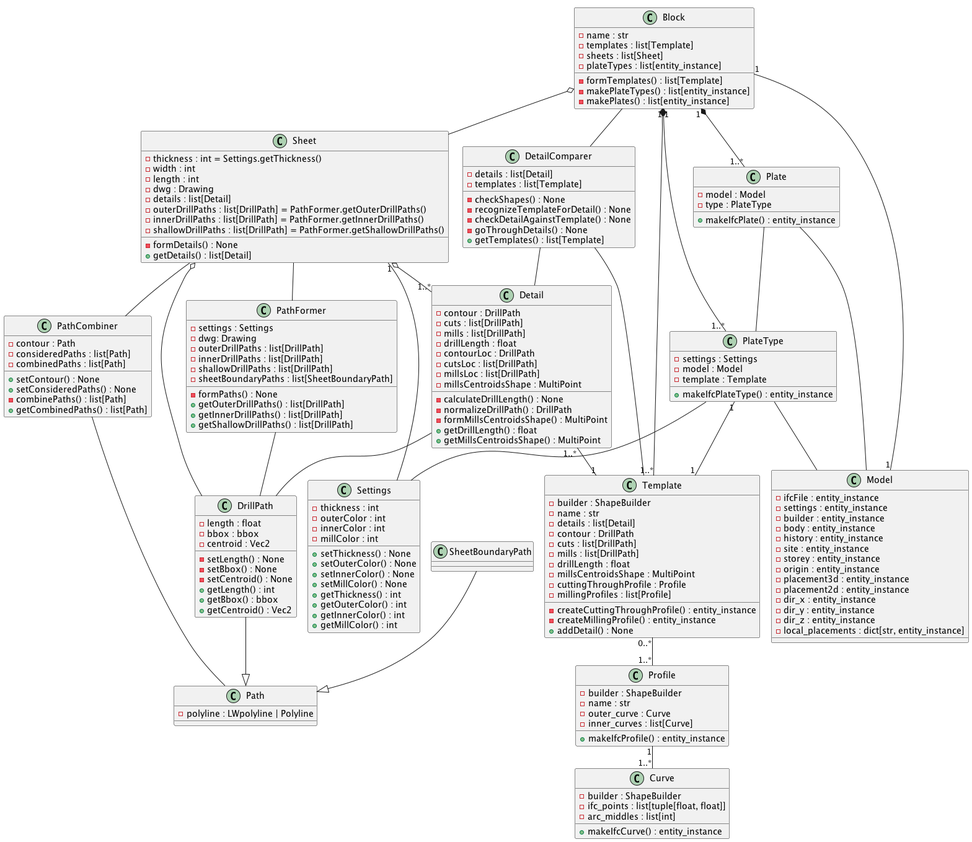
VDobranov/DXF2IFC2D keeps this PlantUML diagram as schemes/Classes/Classes.png. Above is the earlier version. Source of this version:
```plantuml
@startuml "Classes"
!pragma layout smetana


class Settings {
    -thickness : int
    -outerColor : int
    -innerColor : int
    -millColor : int
    +setThickness() : None
    +setOuterColor() : None
    +setInnerColor() : None
    +setMillColor() : None
    +getThickness() : int
    +getOuterColor() : int
    +getInnerColor() : int
    +getMillColor() : int
}

class Model {
    -ifcFile : entity_instance
    -settings : entity_instance
    -builder : entity_instance
    -body : entity_instance
    -history : entity_instance
    -site : entity_instance
    -storey : entity_instance
    -origin : entity_instance
    -placement3d : entity_instance
    -placement2d : entity_instance
    -dir_x : entity_instance
    -dir_y : entity_instance
    -dir_z : entity_instance
    -local_placements : dict[str, entity_instance]
}

class Block {
    -name : str
    -templates : list[Template]
    -sheets : list[Sheet]
    -plateTypes : list[entity_instance]
    -formTemplates() : list[Template]
    -makePlateTypes() : list[entity_instance]
    -makePlates() : list[entity_instance]
}
class Sheet {
    {field}-thickness : int = Settings.getThickness()
    -width : int
    -length : int
    -dwg : Drawing
    -details : list[Detail]
    {field}-outerDrillPaths : list[DrillPath] = PathFormer.getOuterDrillPaths()
    {field}-innerDrillPaths : list[DrillPath] = PathFormer.getInnerDrillPaths()
    {field}-shallowDrillPaths : list[DrillPath] = PathFormer.getShallowDrillPaths()
    -formDetails() : None
    +getDetails() : list[Detail]
}
class Detail {
    -contour : DrillPath
    -cuts : list[DrillPath]
    -mills : list[DrillPath]
    -drillLength : float
    -contourLoc : DrillPath
    -cutsLoc : list[DrillPath]
    -millsLoc : list[DrillPath]
    -millsCentroidsShape : MultiPoint
    -calculateDrillLength() : None
    -normalizeDrillPath() : DrillPath
    -formMillsCentroidsShape() : MultiPoint
    +getDrillLength() : float
    +getMillsCentroidsShape() : MultiPoint
}
class Template {
    -builder : ShapeBuilder
    -name : str
    -details : list[Detail]
    -contour : DrillPath
    -cuts : list[DrillPath]
    -mills : list[DrillPath]
    -drillLength : float
    -millsCentroidsShape : MultiPoint
    -cuttingThroughProfile : Profile
    -millingProfiles : list[Profile]
    -createCuttingThroughProfile() : entity_instance
    -createMillingProfile() : entity_instance
    +addDetail() : None
}
class Path {
    -polyline : LWpolyline | Polyline
}
class DrillPath {
    -length : float
    -bbox : bbox
    -centroid : Vec2
    -setLength() : None
    -setBbox() : None
    -setCentroid() : None
    +getLength() : int
    +getBbox() : bbox
    +getCentroid() : Vec2
}

class SheetBoundaryPath

class PathFormer {
    -settings : Settings
    -dwg: Drawing
    -outerDrillPaths : list[DrillPath]
    -innerDrillPaths : list[DrillPath]
    -shallowDrillPaths : list[DrillPath]
    -sheetBoundaryPaths : list[SheetBoundaryPath]
    -formPaths() : None
    +getOuterDrillPaths() : list[DrillPath]
    +getInnerDrillPaths() : list[DrillPath]
    +getShallowDrillPaths() : list[DrillPath]
}
class PathCombiner {
    -contour : Path
    -consideredPaths : list[Path]
    -combinedPaths : list[Path]
    +setContour() : None
    +setConsideredPaths() : None
    -combinePaths() : list[Path]
    +getCombinedPaths() : list[Path]
}

class DetailComparer {
    -details : list[Detail]
    -templates : list[Template]
    -checkShapes() : None
    -recognizeTemplateForDetail() : None
    -checkDetailAgainstTemplate() : None
    -goThroughDetails() : None
    +getTemplates() : list[Template]
}

class Profile {
    -builder : ShapeBuilder
    -name : str
    -outer_curve : Curve
    -inner_curves : list[Curve]
    +makeIfcProfile() : entity_instance
}

class Curve {
    -builder : ShapeBuilder
    -ifc_points : list[tuple[float, float]]
    -arc_middles : list[int]
    +makeIfcCurve() : entity_instance
}

class PlateType {
    -settings : Settings
    -model : Model
    -template : Template
    +makeIfcPlateType() : entity_instance
}

class Plate {
    -model : Model
    -type : PlateType
    +makeIfcPlate() : entity_instance
}


DrillPath --|> Path
SheetBoundaryPath --|> Path

Sheet::details "1" o-- "1..*" Detail
Sheet o-- DrillPath
Sheet -- PathFormer
Sheet -- PathCombiner
Sheet -- Settings

PathFormer -- DrillPath
PathCombiner -- Path

Detail -- DrillPath
Detail::template "1..*" -- "1" Template

Template "0..*" -- "1..*" Profile

Block -- DetailComparer
Block o-- Sheet
Block "1" *-- "1..*" Template
Block "1" *-- "1..*" PlateType
Block "1" *-- "1..*" Plate
Block::builder "1" -- "1" Model::builder

DetailComparer -- Detail
DetailComparer -- Template

Profile "1" -- "1..*" Curve

PlateType -- Settings
PlateType -- Model
PlateType "1" -- "1" Template

Plate -- Model
Plate -- PlateType

@enduml
```
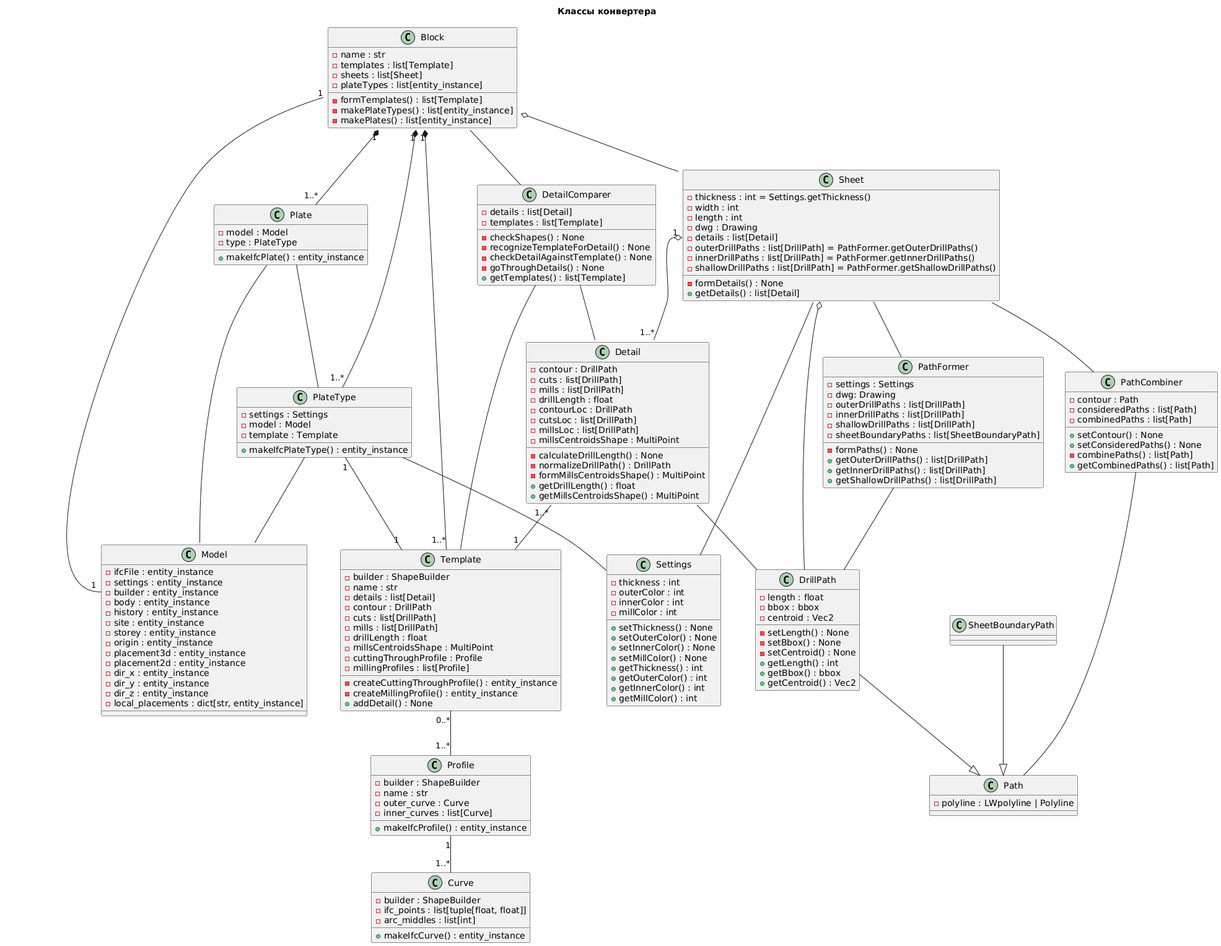
The same file after the commit.

The edit, as a diff of the source:
```diff
@@ -1,6 +1,9 @@
-@startuml "Classes"
-!pragma layout smetana
+@startuml
+skinparam defaultFontName Iosevka
 
+title
+Классы конвертера
+end title
 
 class Settings {
     -thickness : int
@@ -198,5 +201,4 @@
 
 Plate -- Model
 Plate -- PlateType
-
 @enduml
```
